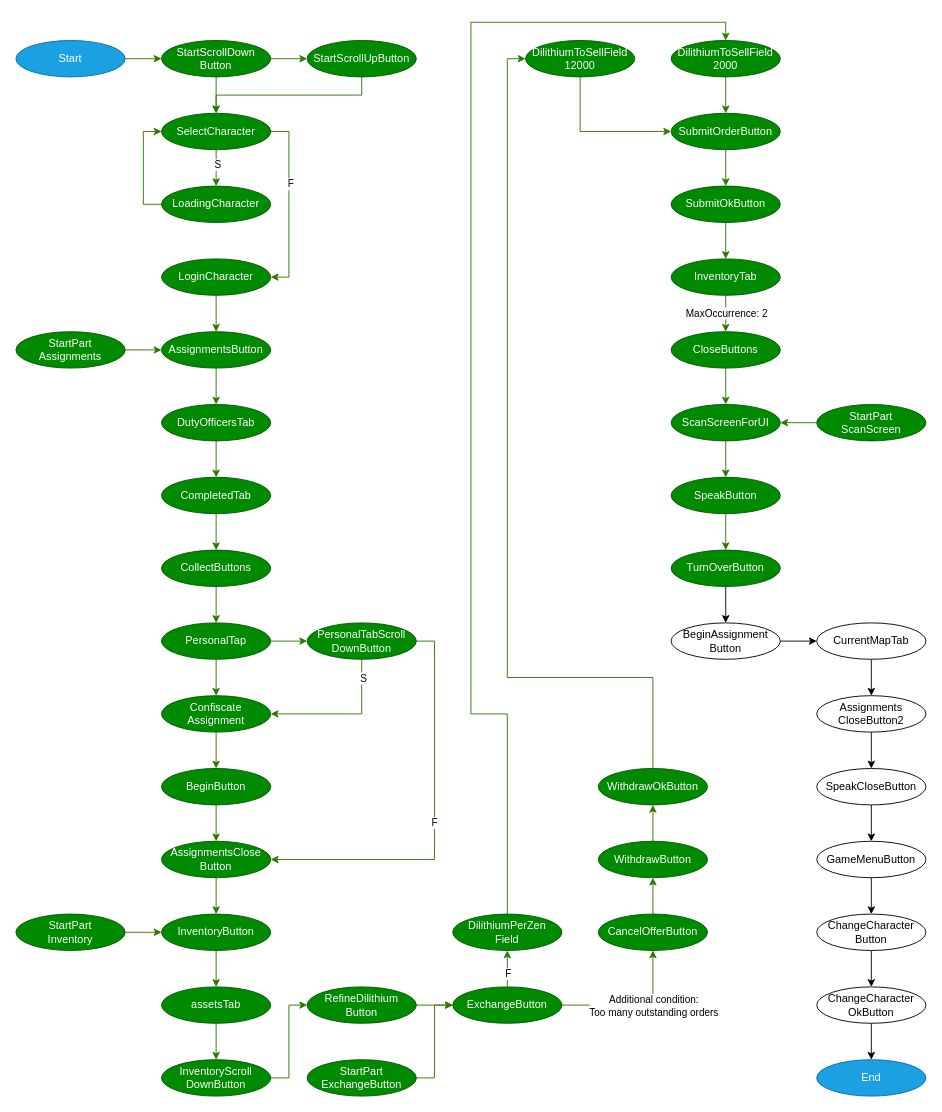
This is AutoFarmer.drawio from Tomaszon/AutoFarmer, a draw.io file, before an edit. Source tidied: cells renumbered, new cells numbered last; positions are measured from the earlier drawing's top-left corner, leaving out a move shared by most shapes. Both pictures are drawn from the tidied source at 91%, with x=0, y=0 at pixel (15, 22).
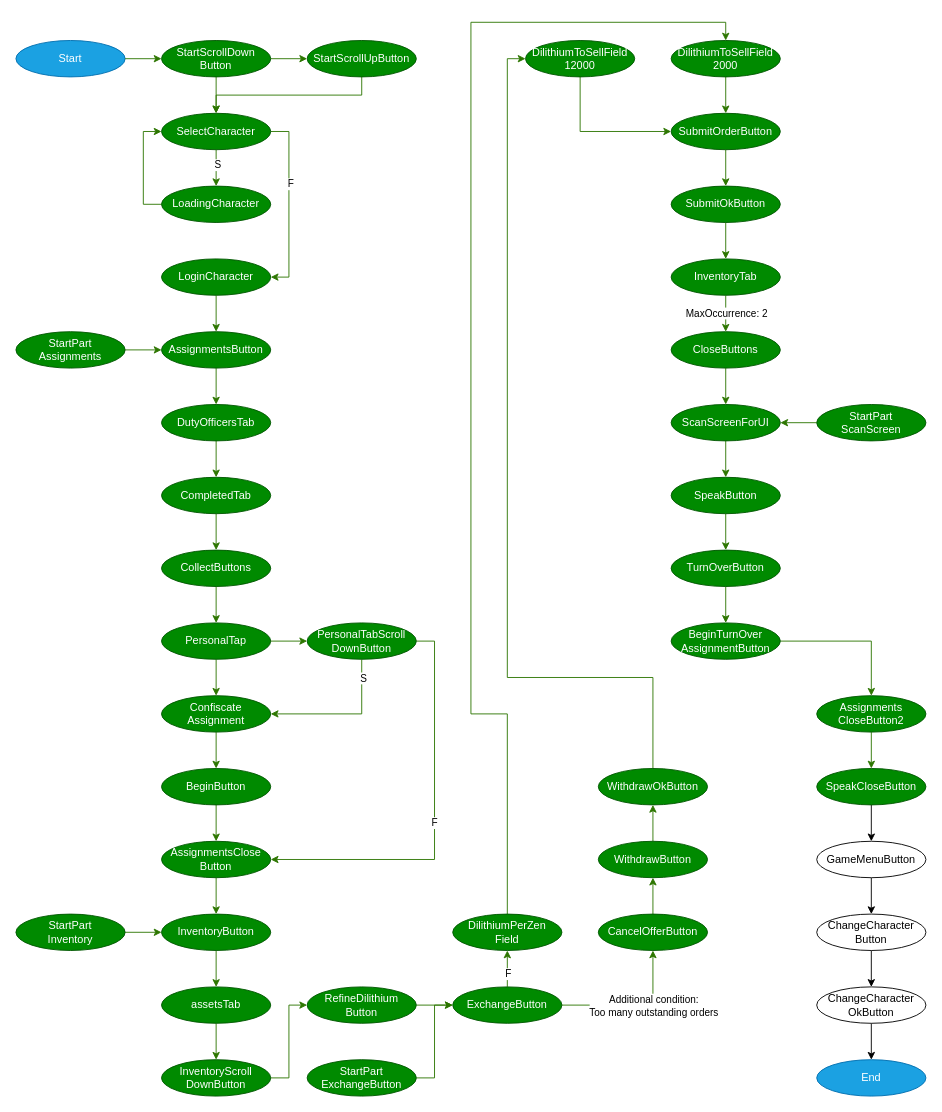
After the change.

Unchanged cells that the change refers to:
```xml
<mxCell id="60" value="TurnOverButton" style="ellipse;whiteSpace=wrap;html=1;fillColor=#008a00;strokeColor=#005700;fontColor=#ffffff;" parent="1" vertex="1">
  <mxGeometry x="720" y="580" width="120" height="40" as="geometry" />
</mxCell>
```

What changed in the source:
```diff
@@
-    <mxCell id="59" style="edgeStyle=orthogonalEdgeStyle;rounded=0;jettySize=auto;html=1;" parent="1" edge="1" source="60" target="62">
+    <mxCell id="59" style="edgeStyle=orthogonalEdgeStyle;rounded=0;jettySize=auto;html=1;fillColor=#60a917;strokeColor=#2D7600;" parent="1" edge="1" source="60" target="62">
       <mxGeometry relative="1" as="geometry" />
     </mxCell>
@@
-    <mxCell id="61" style="edgeStyle=orthogonalEdgeStyle;rounded=0;jettySize=auto;html=1;" parent="1" edge="1" source="62" target="64">
+    <mxCell id="61" style="edgeStyle=orthogonalEdgeStyle;rounded=0;jettySize=auto;html=1;entryX=0.5;entryY=0;entryDx=0;entryDy=0;fillColor=#60a917;strokeColor=#2D7600;" parent="1" edge="1" source="62" target="66">
       <mxGeometry relative="1" as="geometry" />
     </mxCell>
-    <mxCell id="62" value="BeginAssignment&lt;br&gt;Button" style="ellipse;whiteSpace=wrap;html=1;" parent="1" vertex="1">
+    <mxCell id="62" value="BeginTurnOver&lt;br&gt;AssignmentButton" style="ellipse;whiteSpace=wrap;html=1;fillColor=#008a00;strokeColor=#005700;fontColor=#ffffff;" parent="1" vertex="1">
       <mxGeometry x="720" y="660" width="120" height="40" as="geometry" />
     </mxCell>
-    <mxCell id="63" style="edgeStyle=orthogonalEdgeStyle;rounded=0;jettySize=auto;html=1;exitX=0.5;exitY=1;exitDx=0;exitDy=0;entryX=0.5;entryY=0;entryDx=0;entryDy=0;" parent="1" edge="1" source="64" target="66">
-      <mxGeometry relative="1" as="geometry" />
-    </mxCell>
-    <mxCell id="64" value="CurrentMapTab" style="ellipse;whiteSpace=wrap;html=1;" parent="1" vertex="1">
-      <mxGeometry x="880" y="660" width="120" height="40" as="geometry" />
-    </mxCell>
-    <mxCell id="65" style="edgeStyle=orthogonalEdgeStyle;rounded=0;jettySize=auto;html=1;" parent="1" edge="1" source="66" target="68">
+    <mxCell id="65" style="edgeStyle=orthogonalEdgeStyle;rounded=0;jettySize=auto;html=1;fillColor=#60a917;strokeColor=#2D7600;" parent="1" edge="1" source="66" target="68">
       <mxGeometry relative="1" as="geometry" />
     </mxCell>
-    <mxCell id="66" value="Assignments&lt;br&gt;CloseButton2" style="ellipse;whiteSpace=wrap;html=1;" parent="1" vertex="1">
+    <mxCell id="66" value="Assignments&lt;br&gt;CloseButton2" style="ellipse;whiteSpace=wrap;html=1;fillColor=#008a00;strokeColor=#005700;fontColor=#ffffff;" parent="1" vertex="1">
       <mxGeometry x="880" y="740" width="120" height="40" as="geometry" />
     </mxCell>
@@
-    <mxCell id="68" value="SpeakCloseButton" style="ellipse;whiteSpace=wrap;html=1;" parent="1" vertex="1">
+    <mxCell id="68" value="SpeakCloseButton" style="ellipse;whiteSpace=wrap;html=1;fillColor=#008a00;strokeColor=#005700;fontColor=#ffffff;" parent="1" vertex="1">
       <mxGeometry x="880" y="820" width="120" height="40" as="geometry" />
     </mxCell>
```
